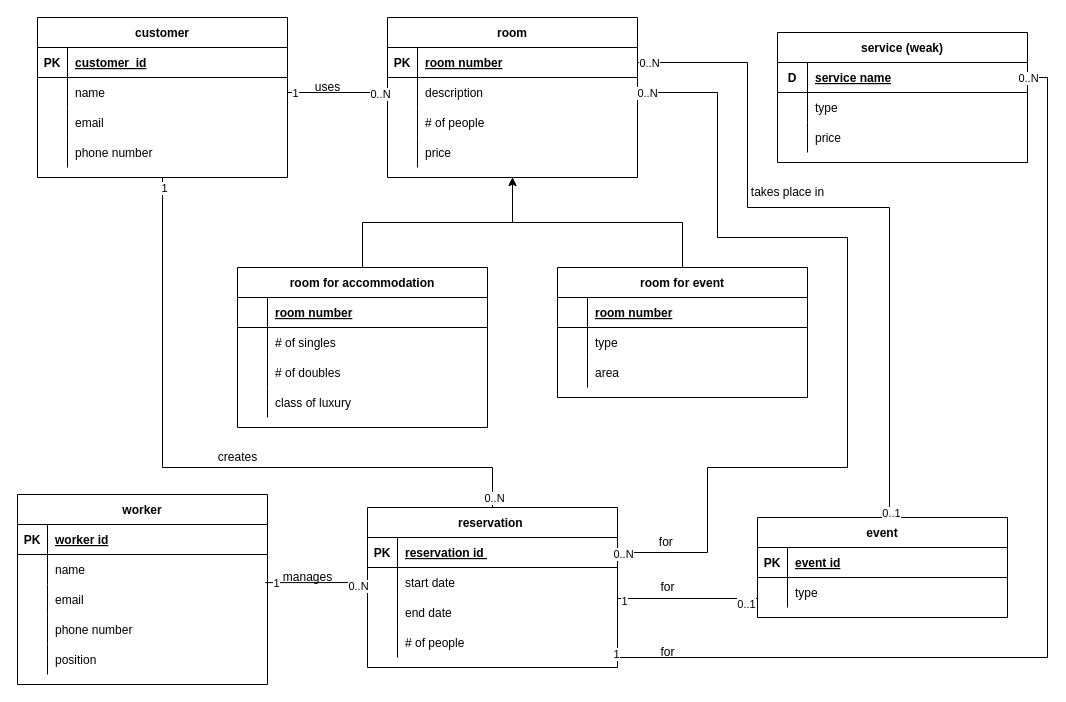
Before: ids_er.drawio in pomjak/ids, a draw.io diagram. Source tidied: cells renumbered, new cells numbered last; positions are measured from the earlier drawing's top-left corner, leaving out a move shared by most shapes. Both pictures are drawn from the tidied source at 100%, with x=0, y=0 at pixel (17, 17).
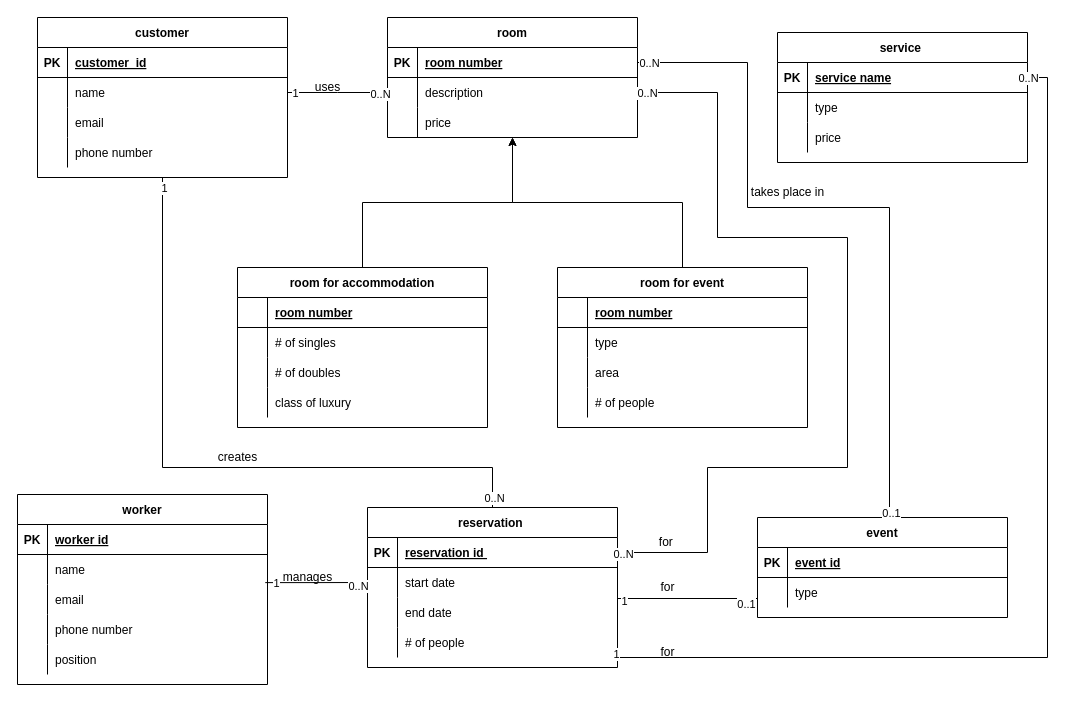
After the change.

Unchanged cells that the change refers to:
```xml
<mxCell id="74" style="shape=partialRectangle;fillColor=none;points=[[0,0.5],[1,0.5]];portConstraint=eastwest;top=0;left=0;right=0;bottom=1;" parent="73" vertex="1">
  <mxGeometry y="30" width="250" height="30" as="geometry" />
</mxCell>
```

What changed in the source:
```diff
@@
     <mxCell id="15" value="room" style="shape=table;startSize=30;childLayout=tableLayout;rowLines=0;fontStyle=1;align=center;" parent="1" vertex="1">
-      <mxGeometry x="370" width="250" height="160" as="geometry" />
+      <mxGeometry x="370" width="250" height="120" as="geometry" />
     </mxCell>
@@
-    <mxCell id="22" style="shape=partialRectangle;fillColor=none;top=0;left=0;right=0;bottom=0;" parent="15" vertex="1">
-      <mxGeometry y="90" width="250" height="30" as="geometry" />
-    </mxCell>
-    <mxCell id="23" style="shape=partialRectangle;overflow=hidden;fillColor=none;top=0;left=0;bottom=0;right=0;" parent="22" vertex="1">
-      <mxGeometry width="30" height="30" as="geometry" />
-    </mxCell>
-    <mxCell id="24" value="# of people " style="shape=partialRectangle;overflow=hidden;fillColor=none;top=0;left=0;bottom=0;right=0;align=left;spacingLeft=6;" parent="22" vertex="1">
-      <mxGeometry x="30" width="220" height="30" as="geometry" />
-    </mxCell>
     <mxCell id="25" style="shape=partialRectangle;fillColor=none;top=0;left=0;right=0;bottom=0;" parent="15" vertex="1">
-      <mxGeometry y="120" width="250" height="30" as="geometry" />
+      <mxGeometry y="90" width="250" height="30" as="geometry" />
     </mxCell>
@@
-    <mxCell id="73" value="service (weak)" style="shape=table;startSize=30;childLayout=tableLayout;rowLines=0;fontStyle=1;align=center;" parent="1" vertex="1">
+    <mxCell id="73" value="service " style="shape=table;startSize=30;childLayout=tableLayout;rowLines=0;fontStyle=1;align=center;" parent="1" vertex="1">
       <mxGeometry x="760" y="15" width="250" height="130" as="geometry" />
     </mxCell>
@@
-    <mxCell id="75" value="D" style="shape=partialRectangle;overflow=hidden;fillColor=none;top=0;left=0;bottom=0;right=0;fontStyle=1;" parent="74" vertex="1">
+    <mxCell id="75" value="PK" style="shape=partialRectangle;overflow=hidden;fillColor=none;top=0;left=0;bottom=0;right=0;fontStyle=1;" parent="74" vertex="1">
       <mxGeometry width="30" height="30" as="geometry" />
     </mxCell>
@@
     <mxCell id="104" value="room for event" style="shape=table;startSize=30;childLayout=tableLayout;rowLines=0;fontStyle=1;align=center;" parent="1" vertex="1">
-      <mxGeometry x="540" y="250" width="250" height="130" as="geometry" />
+      <mxGeometry x="540" y="250" width="250" height="160" as="geometry" />
     </mxCell>
@@
+    <mxCell id="127" style="shape=partialRectangle;fillColor=none;top=0;left=0;right=0;bottom=0;" parent="104" vertex="1">
+      <mxGeometry y="120" width="250" height="30" as="geometry" />
+    </mxCell>
+    <mxCell id="23" style="shape=partialRectangle;overflow=hidden;fillColor=none;top=0;left=0;bottom=0;right=0;" parent="127" vertex="1">
+      <mxGeometry width="30" height="30" as="geometry" />
+    </mxCell>
+    <mxCell id="24" value="# of people" style="shape=partialRectangle;overflow=hidden;fillColor=none;top=0;left=0;bottom=0;right=0;align=left;spacingLeft=6;" parent="127" vertex="1">
+      <mxGeometry x="30" width="220" height="30" as="geometry" />
+    </mxCell>
```
